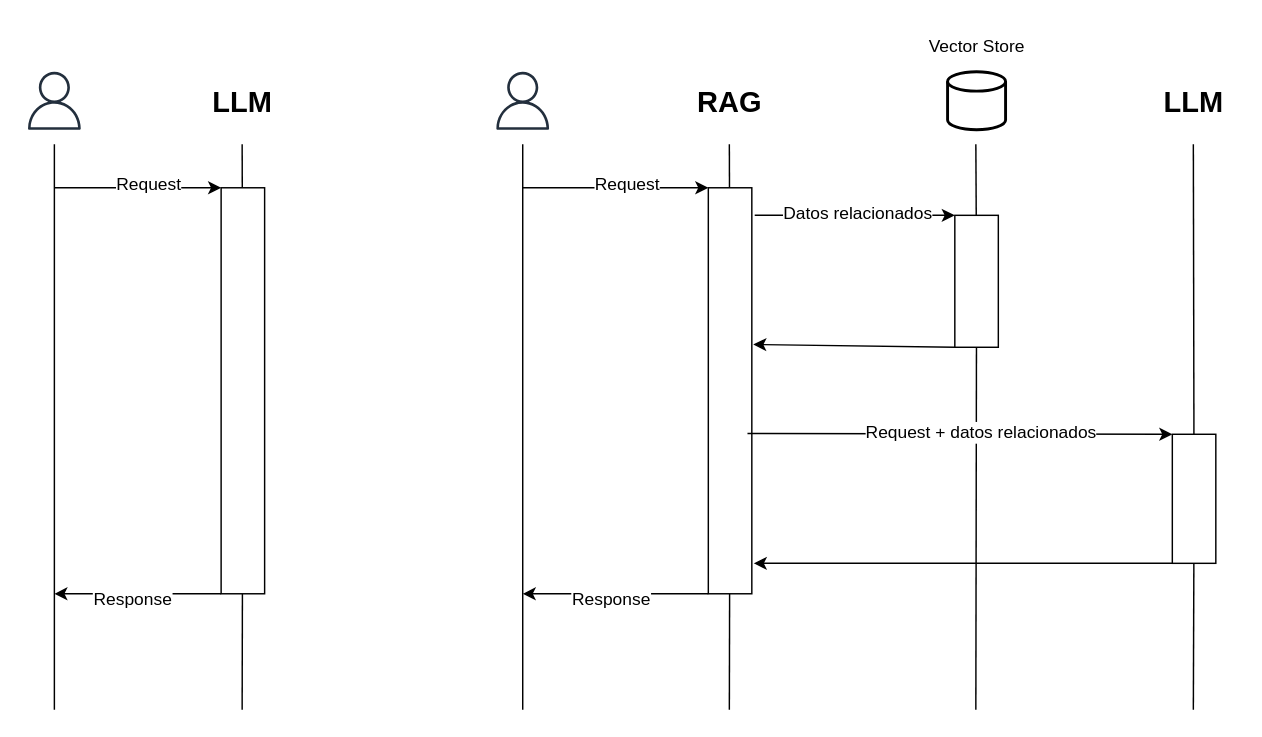
Earlier version of the draw.io diagram ChatBot with RAG.drawio (jcdiazz/Diagramas). Source tidied: cells renumbered, new cells numbered last; positions are measured from the earlier drawing's top-left corner, leaving out a move shared by most shapes. Both pictures are drawn from the tidied source at 145%, with x=0, y=0 at pixel (25, 25).
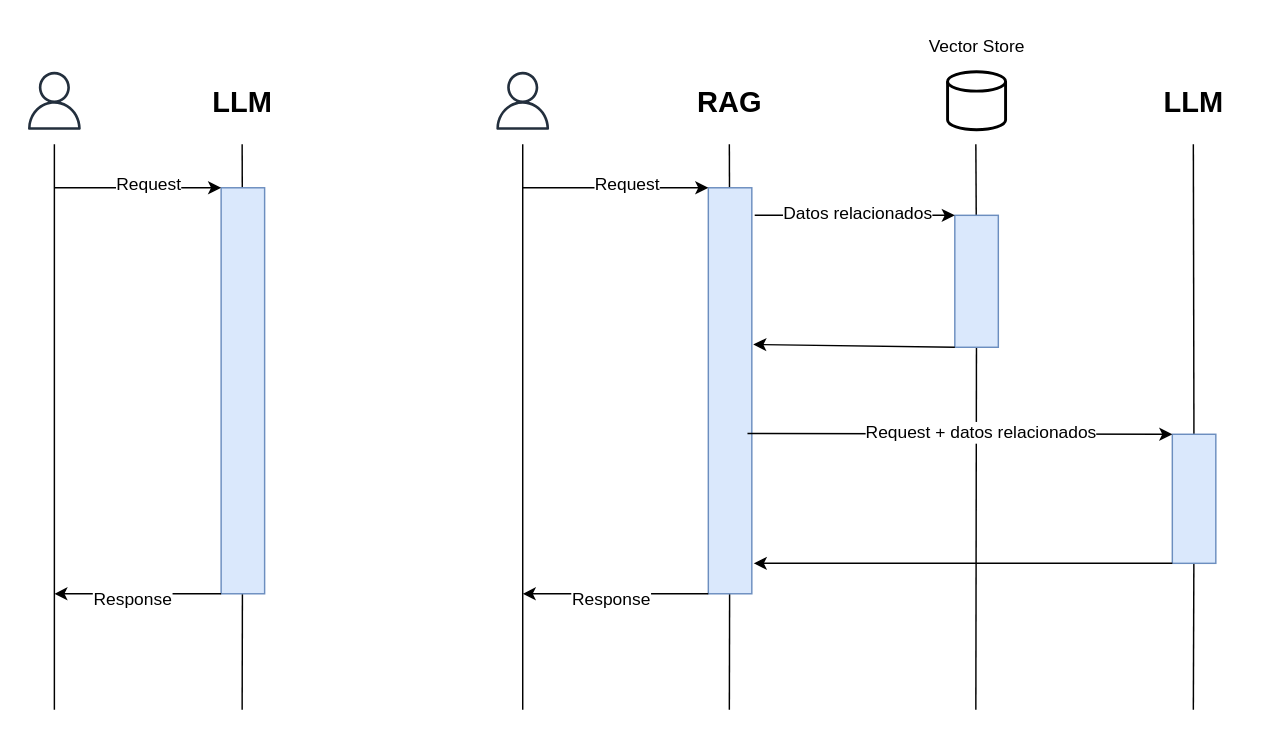
The same diagram, later.

What changed in the source:
```diff
@@
-    <mxCell id="7" style="rounded=0;whiteSpace=wrap;html=1;" parent="1" vertex="1">
+    <mxCell id="7" style="rounded=0;whiteSpace=wrap;html=1;fillColor=#dae8fc;strokeColor=#6c8ebf;" parent="1" vertex="1">
       <mxGeometry x="135" y="112" width="30" height="280" as="geometry" />
     </mxCell>
@@
-    <mxCell id="17" style="rounded=0;whiteSpace=wrap;html=1;" parent="1" vertex="1">
+    <mxCell id="17" style="rounded=0;whiteSpace=wrap;html=1;fillColor=#dae8fc;strokeColor=#6c8ebf;" parent="1" vertex="1">
       <mxGeometry x="471" y="112" width="30" height="280" as="geometry" />
     </mxCell>
@@
-    <mxCell id="24" style="rounded=0;whiteSpace=wrap;html=1;" parent="1" vertex="1">
+    <mxCell id="24" style="rounded=0;whiteSpace=wrap;html=1;fillColor=#dae8fc;strokeColor=#6c8ebf;" parent="1" vertex="1">
       <mxGeometry x="641" y="131" width="30" height="91" as="geometry" />
     </mxCell>
@@
-    <mxCell id="28" style="rounded=0;whiteSpace=wrap;html=1;" parent="1" vertex="1">
+    <mxCell id="28" style="rounded=0;whiteSpace=wrap;html=1;fillColor=#dae8fc;strokeColor=#6c8ebf;" parent="1" vertex="1">
       <mxGeometry x="791" y="282" width="30" height="89" as="geometry" />
     </mxCell>
```
